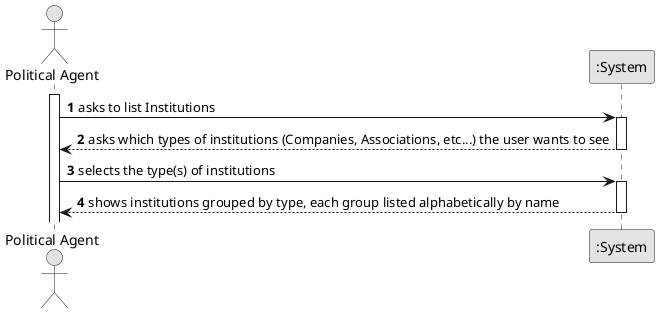
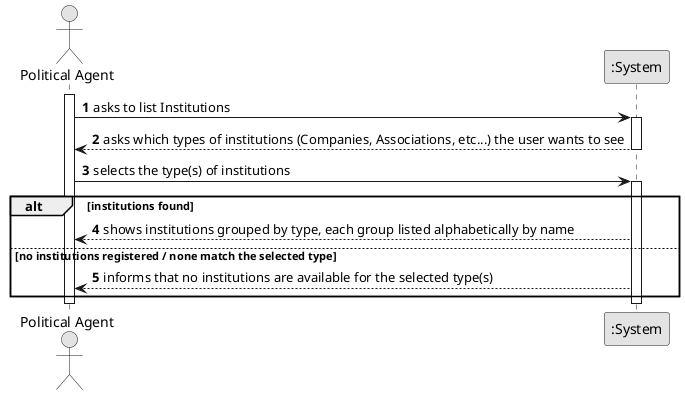
@startuml
skinparam monochrome true
skinparam packageStyle rectangle
skinparam shadowing false

autonumber

actor "Political Agent" as Employee
participant ":System" as System

activate Employee

    Employee -> System : asks to list Institutions
    activate System

        System --> Employee : asks which types of institutions (Companies, Associations, etc...) the user wants to see
    deactivate System

    Employee -> System : selects the type(s) of institutions
    activate System

-         System --> Employee : shows institutions grouped by type, each group listed alphabetically by name
+         alt institutions found
+             System --> Employee : shows institutions grouped by type, each group listed alphabetically by name
+         else no institutions registered / none match the selected type
+             System --> Employee : informs that no institutions are available for the selected type(s)
+         end
+ 
    deactivate System

+ deactivate Employee
+ 
@enduml